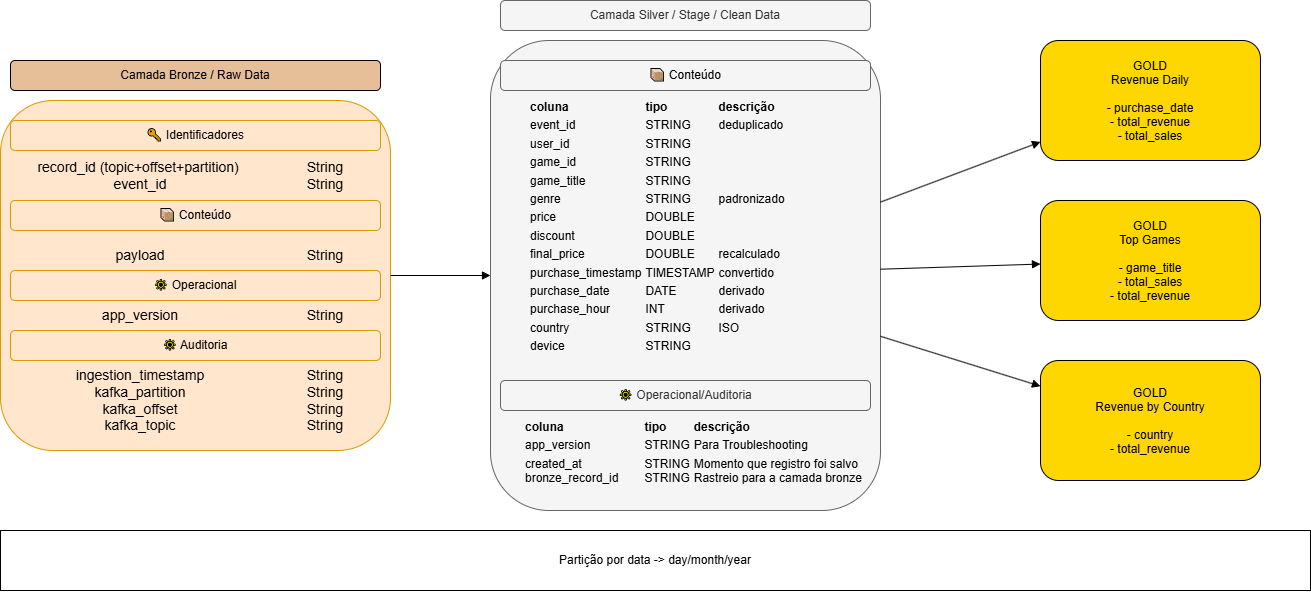
Before: docs/assets/schemas.drawio.png, a diagram exported from draw.io (Inrikys/pyspark-kafka-consumer-delta-table-storage). Source tidied: cells renumbered, new cells last; positions are measured from the earlier drawing's top-left corner, leaving out a move shared by most shapes.
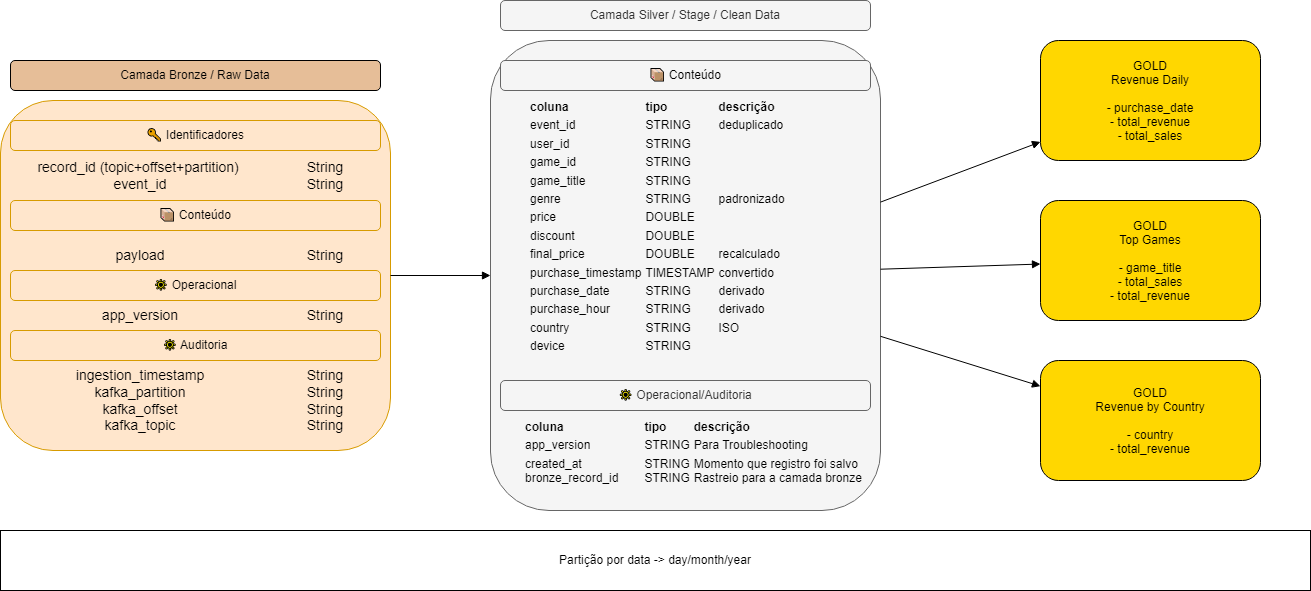
After the commit.

Commit message:
:mag: alteracao no schema

The edit, as a diff of the source:
```diff
@@ -74,7 +74,7 @@
     <mxCell id="25" value="&lt;span style=&quot;color: rgb(0, 0, 0);&quot;&gt;📦 Conteúdo&lt;/span&gt;" style="rounded=1;whiteSpace=wrap;html=1;fillColor=#f5f5f5;strokeColor=#666666;fontColor=#333333;" parent="1" vertex="1">
       <mxGeometry x="500" y="60" width="370" height="30" as="geometry" />
     </mxCell>
-    <mxCell id="26" value="&lt;table class=&quot;w-fit min-w-(--thread-content-width)&quot;&gt;&lt;thead&gt;&lt;tr&gt;&lt;th class=&quot;&quot;&gt;coluna&lt;/th&gt;&lt;th class=&quot;&quot;&gt;tipo&lt;/th&gt;&lt;th class=&quot;&quot;&gt;descrição&lt;/th&gt;&lt;/tr&gt;&lt;/thead&gt;&lt;tbody&gt;&lt;tr&gt;&lt;td&gt;event_id&lt;/td&gt;&lt;td&gt;STRING&lt;/td&gt;&lt;td&gt;deduplicado&lt;/td&gt;&lt;/tr&gt;&lt;tr&gt;&lt;td&gt;user_id&lt;/td&gt;&lt;td&gt;STRING&lt;/td&gt;&lt;td&gt;&lt;/td&gt;&lt;/tr&gt;&lt;tr&gt;&lt;td&gt;game_id&lt;/td&gt;&lt;td&gt;STRING&lt;/td&gt;&lt;td&gt;&lt;/td&gt;&lt;/tr&gt;&lt;tr&gt;&lt;td&gt;game_title&lt;/td&gt;&lt;td&gt;STRING&lt;/td&gt;&lt;td&gt;&lt;/td&gt;&lt;/tr&gt;&lt;tr&gt;&lt;td&gt;genre&lt;/td&gt;&lt;td&gt;STRING&lt;/td&gt;&lt;td&gt;padronizado&lt;/td&gt;&lt;/tr&gt;&lt;tr&gt;&lt;td&gt;price&lt;/td&gt;&lt;td&gt;DOUBLE&lt;/td&gt;&lt;td&gt;&lt;/td&gt;&lt;/tr&gt;&lt;tr&gt;&lt;td&gt;discount&lt;/td&gt;&lt;td&gt;DOUBLE&lt;/td&gt;&lt;td&gt;&lt;/td&gt;&lt;/tr&gt;&lt;tr&gt;&lt;td&gt;final_price&lt;/td&gt;&lt;td&gt;DOUBLE&lt;/td&gt;&lt;td&gt;recalculado&lt;/td&gt;&lt;/tr&gt;&lt;tr&gt;&lt;td&gt;purchase_timestamp&lt;/td&gt;&lt;td&gt;TIMESTAMP&lt;/td&gt;&lt;td&gt;convertido&lt;/td&gt;&lt;/tr&gt;&lt;tr&gt;&lt;td&gt;purchase_date&lt;/td&gt;&lt;td&gt;DATE&lt;/td&gt;&lt;td&gt;derivado&lt;/td&gt;&lt;/tr&gt;&lt;tr&gt;&lt;td&gt;purchase_hour&lt;/td&gt;&lt;td&gt;INT&lt;/td&gt;&lt;td&gt;derivado&lt;/td&gt;&lt;/tr&gt;&lt;tr&gt;&lt;td&gt;country&lt;/td&gt;&lt;td&gt;STRING&lt;/td&gt;&lt;td&gt;ISO&lt;/td&gt;&lt;/tr&gt;&lt;tr&gt;&lt;td&gt;device&lt;/td&gt;&lt;td&gt;STRING&lt;/td&gt;&lt;td&gt;&lt;/td&gt;&lt;/tr&gt;&lt;tr&gt;&lt;td&gt;&lt;/td&gt;&lt;td&gt;&lt;/td&gt;&lt;td&gt;&lt;br&gt;&lt;/td&gt;&lt;/tr&gt;&lt;/tbody&gt;&lt;/table&gt;" style="text;whiteSpace=wrap;html=1;" parent="1" vertex="1">
+    <mxCell id="26" value="&lt;table class=&quot;w-fit min-w-(--thread-content-width)&quot;&gt;&lt;thead&gt;&lt;tr&gt;&lt;th class=&quot;&quot;&gt;coluna&lt;/th&gt;&lt;th class=&quot;&quot;&gt;tipo&lt;/th&gt;&lt;th class=&quot;&quot;&gt;descrição&lt;/th&gt;&lt;/tr&gt;&lt;/thead&gt;&lt;tbody&gt;&lt;tr&gt;&lt;td&gt;event_id&lt;/td&gt;&lt;td&gt;STRING&lt;/td&gt;&lt;td&gt;deduplicado&lt;/td&gt;&lt;/tr&gt;&lt;tr&gt;&lt;td&gt;user_id&lt;/td&gt;&lt;td&gt;STRING&lt;/td&gt;&lt;td&gt;&lt;/td&gt;&lt;/tr&gt;&lt;tr&gt;&lt;td&gt;game_id&lt;/td&gt;&lt;td&gt;STRING&lt;/td&gt;&lt;td&gt;&lt;/td&gt;&lt;/tr&gt;&lt;tr&gt;&lt;td&gt;game_title&lt;/td&gt;&lt;td&gt;STRING&lt;/td&gt;&lt;td&gt;&lt;/td&gt;&lt;/tr&gt;&lt;tr&gt;&lt;td&gt;genre&lt;/td&gt;&lt;td&gt;STRING&lt;/td&gt;&lt;td&gt;padronizado&lt;/td&gt;&lt;/tr&gt;&lt;tr&gt;&lt;td&gt;price&lt;/td&gt;&lt;td&gt;DOUBLE&lt;/td&gt;&lt;td&gt;&lt;/td&gt;&lt;/tr&gt;&lt;tr&gt;&lt;td&gt;discount&lt;/td&gt;&lt;td&gt;DOUBLE&lt;/td&gt;&lt;td&gt;&lt;/td&gt;&lt;/tr&gt;&lt;tr&gt;&lt;td&gt;final_price&lt;/td&gt;&lt;td&gt;DOUBLE&lt;/td&gt;&lt;td&gt;recalculado&lt;/td&gt;&lt;/tr&gt;&lt;tr&gt;&lt;td&gt;purchase_timestamp&lt;/td&gt;&lt;td&gt;TIMESTAMP&lt;/td&gt;&lt;td&gt;convertido&lt;/td&gt;&lt;/tr&gt;&lt;tr&gt;&lt;td&gt;purchase_date&lt;/td&gt;&lt;td&gt;STRING&lt;/td&gt;&lt;td&gt;derivado&lt;/td&gt;&lt;/tr&gt;&lt;tr&gt;&lt;td&gt;purchase_hour&lt;/td&gt;&lt;td&gt;STRING&lt;/td&gt;&lt;td&gt;derivado&lt;/td&gt;&lt;/tr&gt;&lt;tr&gt;&lt;td&gt;country&lt;/td&gt;&lt;td&gt;STRING&lt;/td&gt;&lt;td&gt;ISO&lt;/td&gt;&lt;/tr&gt;&lt;tr&gt;&lt;td&gt;device&lt;/td&gt;&lt;td&gt;STRING&lt;/td&gt;&lt;td&gt;&lt;/td&gt;&lt;/tr&gt;&lt;tr&gt;&lt;td&gt;&lt;/td&gt;&lt;td&gt;&lt;/td&gt;&lt;td&gt;&lt;br&gt;&lt;/td&gt;&lt;/tr&gt;&lt;/tbody&gt;&lt;/table&gt;" style="text;whiteSpace=wrap;html=1;" parent="1" vertex="1">
       <mxGeometry x="525" y="90" width="345" height="270" as="geometry" />
     </mxCell>
     <mxCell id="27" value="🔅&amp;nbsp;Operacional/Auditoria" style="rounded=1;whiteSpace=wrap;html=1;fillColor=#f5f5f5;strokeColor=#666666;fontColor=#333333;" parent="1" vertex="1">
```
